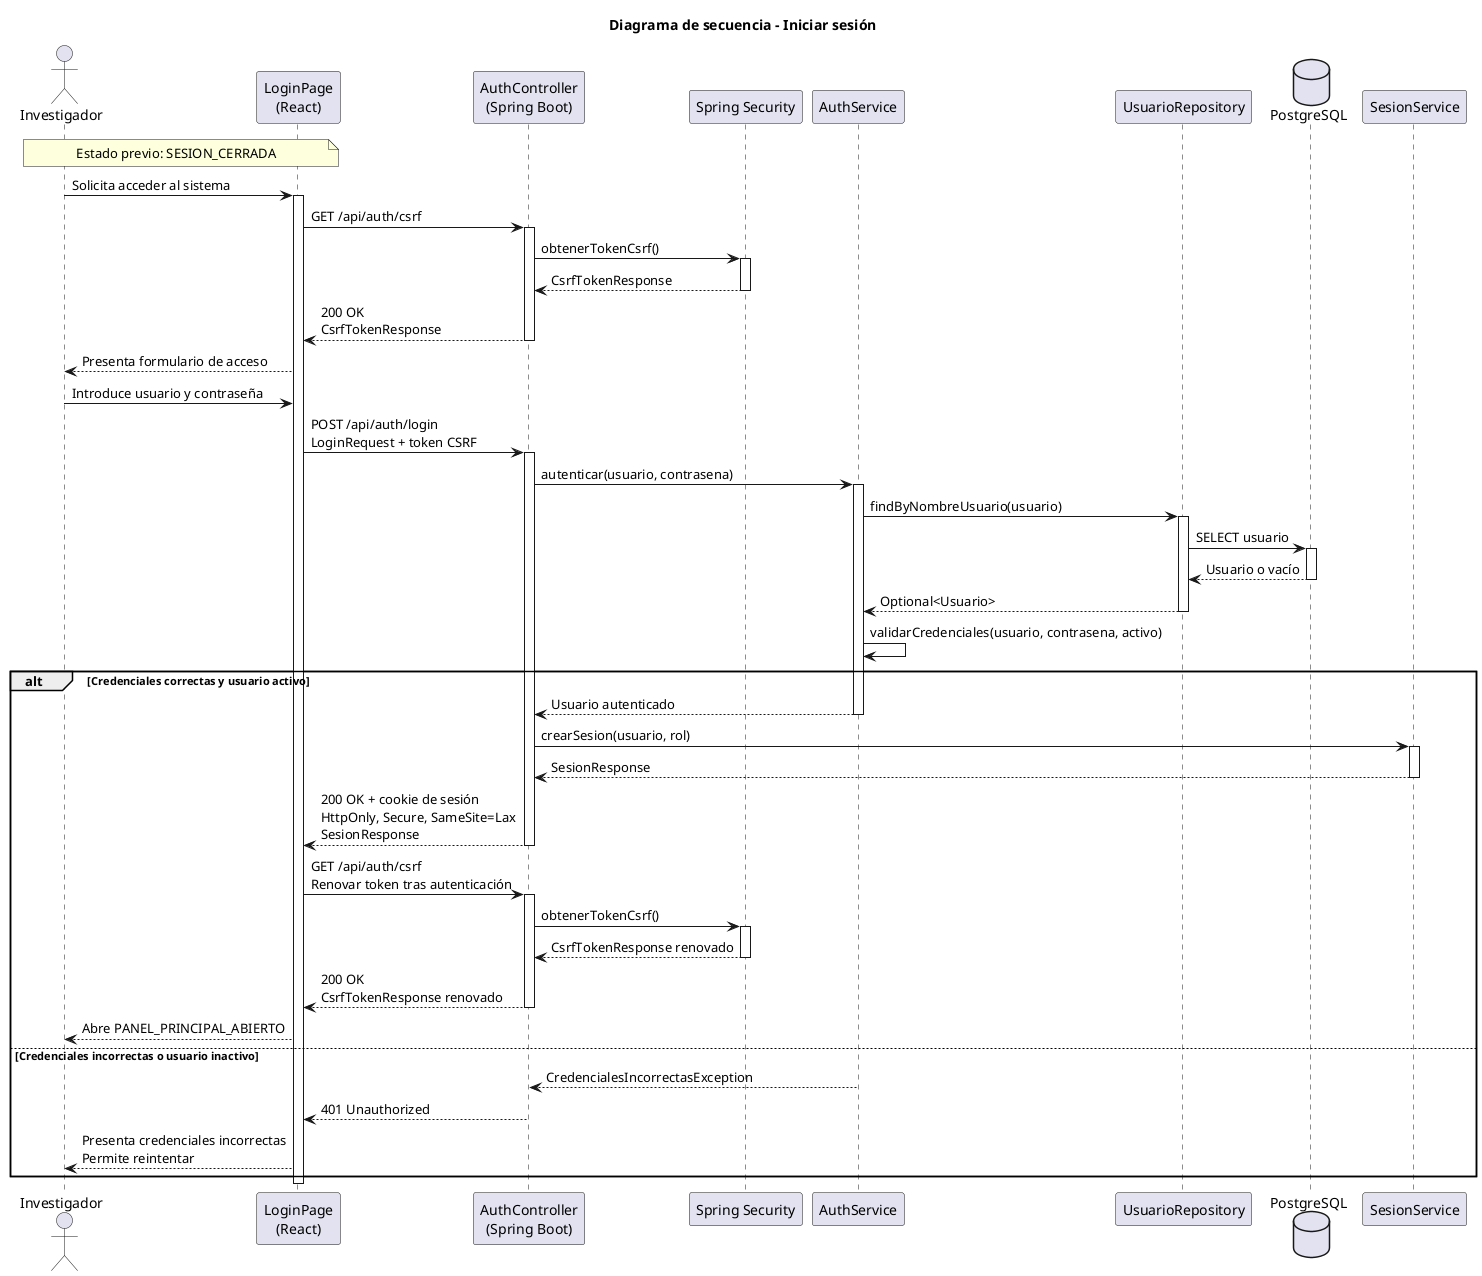
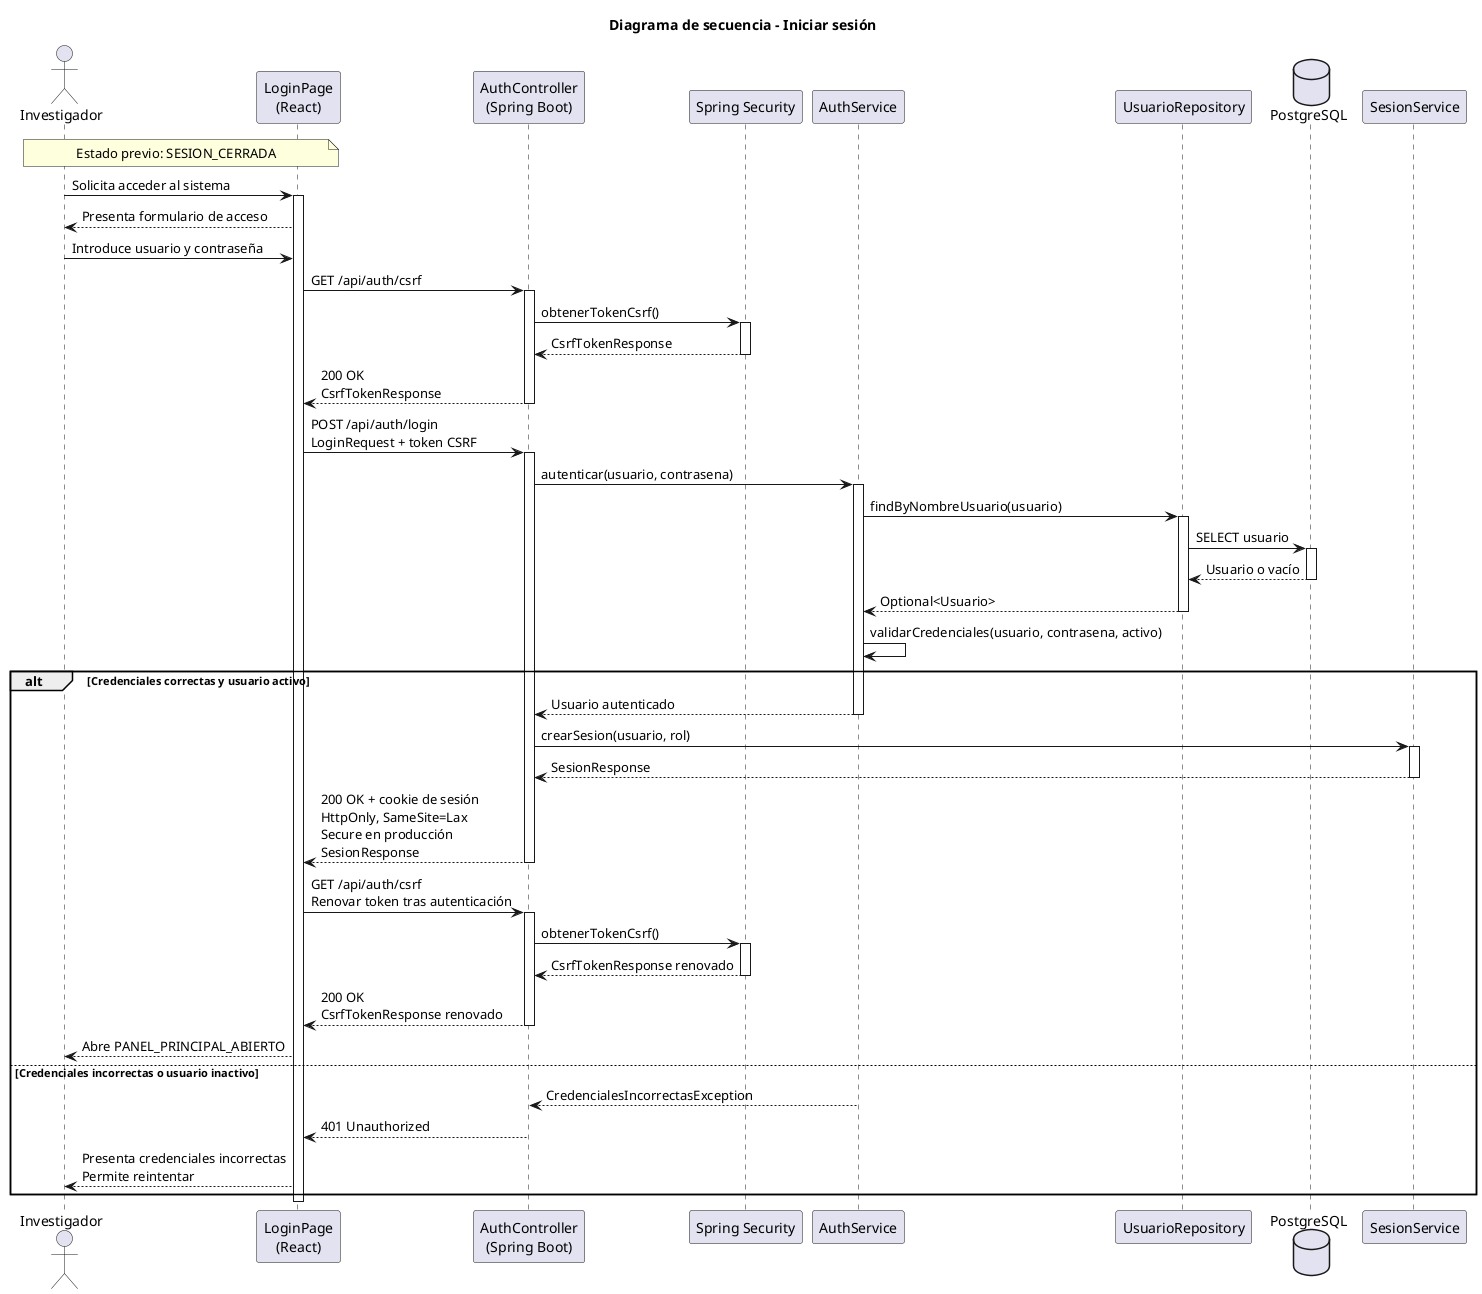
@startuml iniciarSesion-diseño
title Diagrama de secuencia - Iniciar sesión

actor Investigador
participant "LoginPage\n(React)" as Frontend
participant "AuthController\n(Spring Boot)" as Api
participant "Spring Security" as Security
participant "AuthService" as Auth
participant "UsuarioRepository" as Repo
database "PostgreSQL" as Database
participant "SesionService" as Sesion

note over Investigador, Frontend
Estado previo: SESION_CERRADA
end note

Investigador -> Frontend: Solicita acceder al sistema
activate Frontend
+ Frontend --> Investigador: Presenta formulario de acceso
+ Investigador -> Frontend: Introduce usuario y contraseña
Frontend -> Api: GET /api/auth/csrf
activate Api
Api -> Security: obtenerTokenCsrf()
activate Security
Security --> Api: CsrfTokenResponse
deactivate Security
Api --> Frontend: 200 OK\nCsrfTokenResponse
deactivate Api
- Frontend --> Investigador: Presenta formulario de acceso
- Investigador -> Frontend: Introduce usuario y contraseña
Frontend -> Api: POST /api/auth/login\nLoginRequest + token CSRF
activate Api
Api -> Auth: autenticar(usuario, contrasena)
activate Auth
Auth -> Repo: findByNombreUsuario(usuario)
activate Repo
Repo -> Database: SELECT usuario
activate Database
Database --> Repo: Usuario o vacío
deactivate Database
Repo --> Auth: Optional<Usuario>
deactivate Repo
Auth -> Auth: validarCredenciales(usuario, contrasena, activo)

alt Credenciales correctas y usuario activo
    Auth --> Api: Usuario autenticado
    deactivate Auth
    Api -> Sesion: crearSesion(usuario, rol)
    activate Sesion
    Sesion --> Api: SesionResponse
    deactivate Sesion
-     Api --> Frontend: 200 OK + cookie de sesión\nHttpOnly, Secure, SameSite=Lax\nSesionResponse
+     Api --> Frontend: 200 OK + cookie de sesión\nHttpOnly, SameSite=Lax\nSecure en producción\nSesionResponse
    deactivate Api
    Frontend -> Api: GET /api/auth/csrf\nRenovar token tras autenticación
    activate Api
    Api -> Security: obtenerTokenCsrf()
    activate Security
    Security --> Api: CsrfTokenResponse renovado
    deactivate Security
    Api --> Frontend: 200 OK\nCsrfTokenResponse renovado
    deactivate Api
    Frontend --> Investigador: Abre PANEL_PRINCIPAL_ABIERTO
else Credenciales incorrectas o usuario inactivo
    Auth --> Api: CredencialesIncorrectasException
    deactivate Auth
    Api --> Frontend: 401 Unauthorized
    deactivate Api
    Frontend --> Investigador: Presenta credenciales incorrectas\nPermite reintentar
end
deactivate Frontend

@enduml
